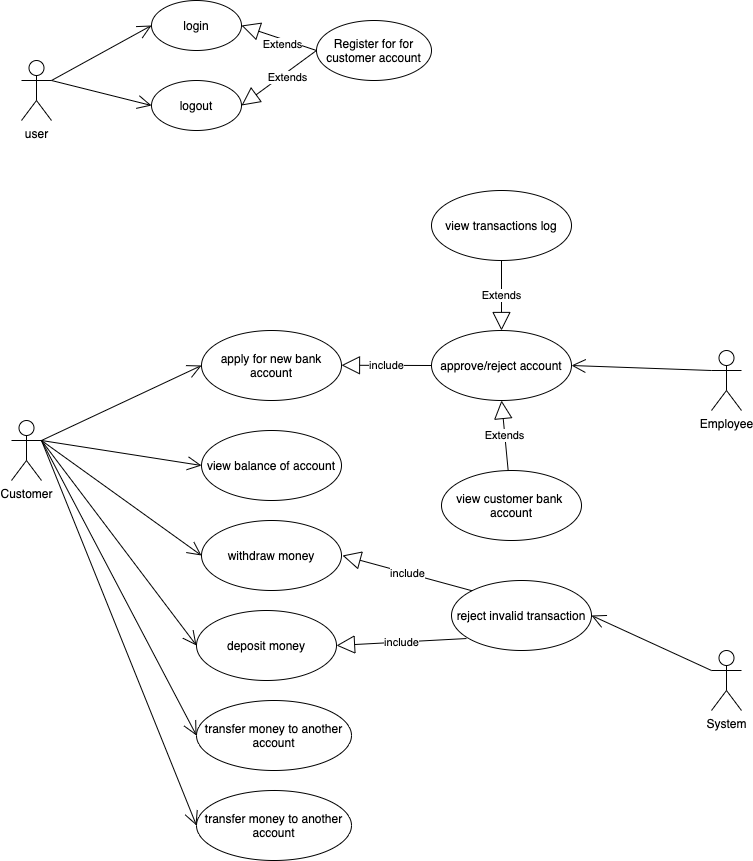
The draw.io diagram use_case_diagram.png in FreeJavaBeans/project-bank-dixson15, before a commit. Source tidied: cells renumbered, new cells last; positions are measured from the earlier drawing's top-left corner, leaving out a move shared by most shapes.
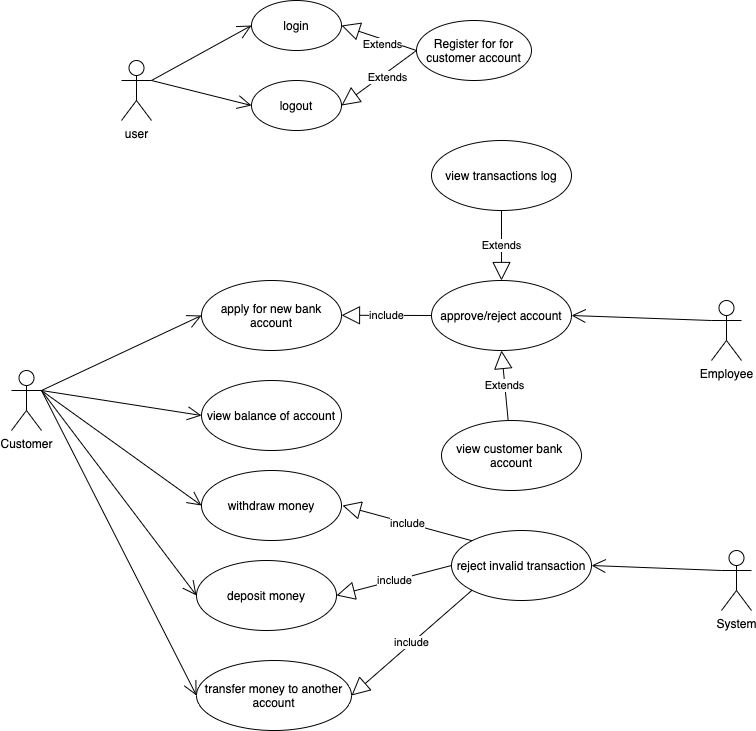
Above is the later version.

Diff of the diagram source:
```diff
@@ -3,10 +3,10 @@
     <mxCell id="0" />
     <mxCell id="1" parent="0" />
     <mxCell id="2" value="login" style="ellipse;whiteSpace=wrap;html=1;" parent="1" vertex="1">
-      <mxGeometry x="140" width="90" height="50" as="geometry" />
+      <mxGeometry x="240" y="50" width="90" height="50" as="geometry" />
     </mxCell>
     <mxCell id="3" value="user" style="shape=umlActor;verticalLabelPosition=bottom;verticalAlign=top;html=1;" parent="1" vertex="1">
-      <mxGeometry x="10" y="60" width="30" height="60" as="geometry" />
+      <mxGeometry x="110" y="110" width="30" height="60" as="geometry" />
     </mxCell>
     <mxCell id="4" style="endArrow=open;endFill=1;endSize=12;html=1;entryX=0;entryY=0.5;entryDx=0;entryDy=0;exitX=1;exitY=0.3333333333333333;exitDx=0;exitDy=0;exitPerimeter=0;" parent="1" edge="1" source="3" target="2">
       <mxGeometry relative="1" as="geometry" />
@@ -17,7 +17,7 @@
       </mxGeometry>
     </mxCell>
     <mxCell id="6" value="Register for for&lt;br&gt;customer account" style="ellipse;whiteSpace=wrap;html=1;" parent="1" vertex="1">
-      <mxGeometry x="305" y="20" width="115" height="60" as="geometry" />
+      <mxGeometry x="405" y="70" width="115" height="60" as="geometry" />
     </mxCell>
     <mxCell id="7" value="Customer" style="shape=umlActor;verticalLabelPosition=bottom;verticalAlign=top;html=1;" parent="1" vertex="1">
       <mxGeometry y="420" width="30" height="60" as="geometry" />
@@ -55,7 +55,7 @@
       </mxGeometry>
     </mxCell>
     <mxCell id="16" value="System" style="shape=umlActor;verticalLabelPosition=bottom;verticalAlign=top;html=1;" parent="1" vertex="1">
-      <mxGeometry x="700" y="650" width="30" height="60" as="geometry" />
+      <mxGeometry x="710" y="600" width="30" height="60" as="geometry" />
     </mxCell>
     <mxCell id="17" value="Employee" style="shape=umlActor;verticalLabelPosition=bottom;verticalAlign=top;html=1;" parent="1" vertex="1">
       <mxGeometry x="700" y="350" width="30" height="60" as="geometry" />
@@ -68,7 +68,7 @@
         <mxPoint x="331" y="555" as="targetPoint" />
       </mxGeometry>
     </mxCell>
-    <mxCell id="20" value="include" style="endArrow=block;endSize=16;endFill=0;html=1;entryX=1;entryY=0.5;entryDx=0;entryDy=0;exitX=0.107;exitY=0.829;exitDx=0;exitDy=0;exitPerimeter=0;" parent="1" edge="1" source="18" target="13">
+    <mxCell id="20" value="include" style="endArrow=block;endSize=16;endFill=0;html=1;entryX=1;entryY=0.5;entryDx=0;entryDy=0;exitX=0;exitY=0.5;exitDx=0;exitDy=0;" parent="1" edge="1" source="18" target="13">
       <mxGeometry relative="1" as="geometry" />
     </mxCell>
     <mxCell id="21" style="endArrow=open;endFill=1;endSize=12;html=1;entryX=1;entryY=0.5;entryDx=0;entryDy=0;exitX=0;exitY=0.3333333333333333;exitDx=0;exitDy=0;exitPerimeter=0;" parent="1" edge="1" source="16" target="18">
@@ -92,19 +92,13 @@
       <mxGeometry relative="1" as="geometry" />
     </mxCell>
     <mxCell id="27" value="transfer money to another account" style="ellipse;whiteSpace=wrap;html=1;" parent="1" vertex="1">
-      <mxGeometry x="185" y="700" width="155" height="70" as="geometry" />
+      <mxGeometry x="185" y="710" width="155" height="70" as="geometry" />
     </mxCell>
     <mxCell id="28" style="endArrow=open;endFill=1;endSize=12;html=1;entryX=0;entryY=0.5;entryDx=0;entryDy=0;" parent="1" edge="1" target="27">
       <mxGeometry relative="1" as="geometry">
         <mxPoint x="30" y="440" as="sourcePoint" />
       </mxGeometry>
     </mxCell>
-    <mxCell id="29" value="transfer money to another account" style="ellipse;whiteSpace=wrap;html=1;" parent="1" vertex="1">
-      <mxGeometry x="185" y="790" width="155" height="70" as="geometry" />
-    </mxCell>
-    <mxCell id="30" style="endArrow=open;endFill=1;endSize=12;html=1;entryX=0;entryY=0.5;entryDx=0;entryDy=0;exitX=1;exitY=0.3333333333333333;exitDx=0;exitDy=0;exitPerimeter=0;" parent="1" edge="1" source="7" target="29">
-      <mxGeometry relative="1" as="geometry" />
-    </mxCell>
     <mxCell id="31" value="view transactions log" style="ellipse;whiteSpace=wrap;html=1;" parent="1" vertex="1">
       <mxGeometry x="420" y="190" width="140" height="70" as="geometry" />
     </mxCell>
@@ -112,11 +106,11 @@
       <mxGeometry relative="1" as="geometry" />
     </mxCell>
     <mxCell id="33" value="logout" style="ellipse;whiteSpace=wrap;html=1;" parent="1" vertex="1">
-      <mxGeometry x="140" y="80" width="90" height="50" as="geometry" />
+      <mxGeometry x="240" y="130" width="90" height="50" as="geometry" />
     </mxCell>
     <mxCell id="34" style="endArrow=open;endFill=1;endSize=12;html=1;entryX=0;entryY=0.5;entryDx=0;entryDy=0;" parent="1" edge="1" target="33">
       <mxGeometry relative="1" as="geometry">
-        <mxPoint x="40" y="80" as="sourcePoint" />
+        <mxPoint x="140" y="130" as="sourcePoint" />
       </mxGeometry>
     </mxCell>
     <mxCell id="35" value="Extends" style="endArrow=block;endSize=16;endFill=0;html=1;entryX=1;entryY=0.5;entryDx=0;entryDy=0;exitX=0;exitY=0.5;exitDx=0;exitDy=0;" parent="1" edge="1" source="6" target="33">
@@ -124,5 +118,8 @@
         <mxPoint y="1" as="offset" />
       </mxGeometry>
     </mxCell>
+    <mxCell id="36" value="include" style="endArrow=block;endSize=16;endFill=0;html=1;entryX=1;entryY=0.5;entryDx=0;entryDy=0;exitX=0;exitY=1;exitDx=0;exitDy=0;" parent="1" edge="1" source="18" target="27">
+      <mxGeometry relative="1" as="geometry" />
+    </mxCell>
   </root>
 </mxGraphModel>
```
